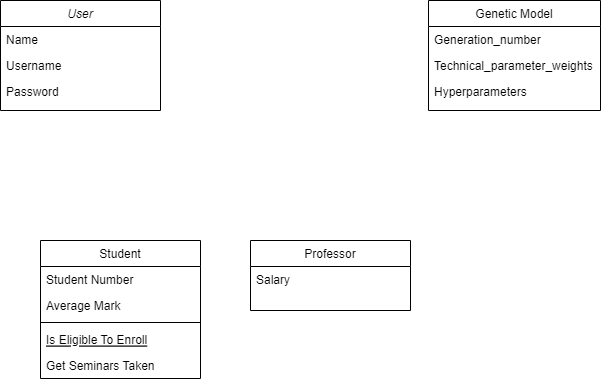
The draw.io diagram class.png in MGShahbazJahan/forex-genetic, before a commit. Source tidied: cells renumbered, new cells last; positions are measured from the earlier drawing's top-left corner, leaving out a move shared by most shapes.
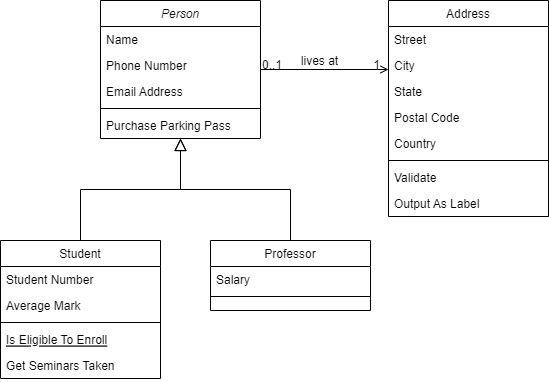
The same diagram one commit later.

What changed in the source:
```diff
@@ -2,18 +2,24 @@
   <root>
     <mxCell id="0" />
     <mxCell id="1" parent="0" />
-    <mxCell id="2" value="User" style="swimlane;fontStyle=2;align=center;verticalAlign=top;horizontal=1;startSize=26;rounded=0;shadow=0;strokeWidth=1;" parent="1" vertex="1">
-      <mxGeometry width="160" height="110" as="geometry" />
+    <mxCell id="2" value="Person" style="swimlane;fontStyle=2;align=center;verticalAlign=top;horizontal=1;startSize=26;rounded=0;shadow=0;strokeWidth=1;" parent="1" vertex="1">
+      <mxGeometry x="140" width="160" height="138" as="geometry" />
     </mxCell>
     <mxCell id="3" value="Name" style="text;align=left;verticalAlign=top;spacingLeft=4;spacingRight=4;overflow=hidden;" parent="2" vertex="1">
       <mxGeometry y="26" width="160" height="26" as="geometry" />
     </mxCell>
-    <mxCell id="4" value="Username" style="text;align=left;verticalAlign=top;spacingLeft=4;spacingRight=4;overflow=hidden;rounded=0;shadow=0;html=0;" parent="2" vertex="1">
+    <mxCell id="4" value="Phone Number" style="text;align=left;verticalAlign=top;spacingLeft=4;spacingRight=4;overflow=hidden;rounded=0;shadow=0;html=0;" parent="2" vertex="1">
       <mxGeometry y="52" width="160" height="26" as="geometry" />
     </mxCell>
-    <mxCell id="5" value="Password" style="text;align=left;verticalAlign=top;spacingLeft=4;spacingRight=4;overflow=hidden;rounded=0;shadow=0;html=0;" parent="2" vertex="1">
+    <mxCell id="5" value="Email Address" style="text;align=left;verticalAlign=top;spacingLeft=4;spacingRight=4;overflow=hidden;rounded=0;shadow=0;html=0;" parent="2" vertex="1">
       <mxGeometry y="78" width="160" height="26" as="geometry" />
     </mxCell>
+    <mxCell id="18" style="line;html=1;strokeWidth=1;align=left;verticalAlign=middle;spacingTop=-1;spacingLeft=3;spacingRight=3;labelPosition=right;" parent="2" vertex="1">
+      <mxGeometry y="104" width="160" height="8" as="geometry" />
+    </mxCell>
+    <mxCell id="19" value="Purchase Parking Pass" style="text;align=left;verticalAlign=top;spacingLeft=4;spacingRight=4;overflow=hidden;" parent="2" vertex="1">
+      <mxGeometry y="112" width="160" height="26" as="geometry" />
+    </mxCell>
     <mxCell id="6" value="Student" style="swimlane;fontStyle=0;align=center;verticalAlign=top;horizontal=1;startSize=26;rounded=0;shadow=0;strokeWidth=1;" parent="1" vertex="1">
       <mxGeometry x="40" y="240" width="160" height="138" as="geometry" />
     </mxCell>
@@ -32,23 +38,67 @@
     <mxCell id="11" value="Get Seminars Taken" style="text;align=left;verticalAlign=top;spacingLeft=4;spacingRight=4;overflow=hidden;" parent="6" vertex="1">
       <mxGeometry y="112" width="160" height="26" as="geometry" />
     </mxCell>
+    <mxCell id="20" style="endArrow=block;endSize=10;endFill=0;shadow=0;strokeWidth=1;rounded=0;edgeStyle=elbowEdgeStyle;elbow=vertical;" parent="1" edge="1" source="6" target="2">
+      <mxGeometry relative="1" as="geometry" />
+    </mxCell>
     <mxCell id="12" value="Professor" style="swimlane;fontStyle=0;align=center;verticalAlign=top;horizontal=1;startSize=26;rounded=0;shadow=0;strokeWidth=1;" parent="1" vertex="1">
       <mxGeometry x="250" y="240" width="160" height="70" as="geometry" />
     </mxCell>
     <mxCell id="13" value="Salary" style="text;align=left;verticalAlign=top;spacingLeft=4;spacingRight=4;overflow=hidden;" parent="12" vertex="1">
       <mxGeometry y="26" width="160" height="26" as="geometry" />
     </mxCell>
+    <mxCell id="21" style="line;html=1;strokeWidth=1;align=left;verticalAlign=middle;spacingTop=-1;spacingLeft=3;spacingRight=3;labelPosition=right;" parent="12" vertex="1">
+      <mxGeometry y="52" width="160" height="8" as="geometry" />
+    </mxCell>
+    <mxCell id="22" style="endArrow=block;endSize=10;endFill=0;shadow=0;strokeWidth=1;rounded=0;edgeStyle=elbowEdgeStyle;elbow=vertical;" parent="1" edge="1" source="12" target="2">
+      <mxGeometry relative="1" as="geometry" />
+    </mxCell>
-    <mxCell id="14" value="Genetic Model" style="swimlane;fontStyle=0;align=center;verticalAlign=top;horizontal=1;startSize=26;rounded=0;shadow=0;strokeWidth=1;" parent="1" vertex="1">
-      <mxGeometry x="428" width="172" height="110" as="geometry" />
+    <mxCell id="14" value="Address" style="swimlane;fontStyle=0;align=center;verticalAlign=top;horizontal=1;startSize=26;rounded=0;shadow=0;strokeWidth=1;" parent="1" vertex="1">
+      <mxGeometry x="428" width="160" height="216" as="geometry" />
     </mxCell>
-    <mxCell id="15" value="Generation_number" style="text;align=left;verticalAlign=top;spacingLeft=4;spacingRight=4;overflow=hidden;" parent="14" vertex="1">
-      <mxGeometry y="26" width="172" height="26" as="geometry" />
+    <mxCell id="15" value="Street" style="text;align=left;verticalAlign=top;spacingLeft=4;spacingRight=4;overflow=hidden;" parent="14" vertex="1">
+      <mxGeometry y="26" width="160" height="26" as="geometry" />
     </mxCell>
-    <mxCell id="16" value="Technical_parameter_weights" style="text;align=left;verticalAlign=top;spacingLeft=4;spacingRight=4;overflow=hidden;rounded=0;shadow=0;html=0;" parent="14" vertex="1">
-      <mxGeometry y="52" width="172" height="26" as="geometry" />
+    <mxCell id="16" value="City" style="text;align=left;verticalAlign=top;spacingLeft=4;spacingRight=4;overflow=hidden;rounded=0;shadow=0;html=0;" parent="14" vertex="1">
+      <mxGeometry y="52" width="160" height="26" as="geometry" />
     </mxCell>
-    <mxCell id="17" value="Hyperparameters" style="text;align=left;verticalAlign=top;spacingLeft=4;spacingRight=4;overflow=hidden;rounded=0;shadow=0;html=0;" parent="14" vertex="1">
-      <mxGeometry y="78" width="172" height="26" as="geometry" />
+    <mxCell id="17" value="State" style="text;align=left;verticalAlign=top;spacingLeft=4;spacingRight=4;overflow=hidden;rounded=0;shadow=0;html=0;" parent="14" vertex="1">
+      <mxGeometry y="78" width="160" height="26" as="geometry" />
     </mxCell>
+    <mxCell id="23" value="Postal Code" style="text;align=left;verticalAlign=top;spacingLeft=4;spacingRight=4;overflow=hidden;rounded=0;shadow=0;html=0;" parent="14" vertex="1">
+      <mxGeometry y="104" width="160" height="26" as="geometry" />
+    </mxCell>
+    <mxCell id="24" value="Country" style="text;align=left;verticalAlign=top;spacingLeft=4;spacingRight=4;overflow=hidden;rounded=0;shadow=0;html=0;" parent="14" vertex="1">
+      <mxGeometry y="130" width="160" height="26" as="geometry" />
+    </mxCell>
+    <mxCell id="25" style="line;html=1;strokeWidth=1;align=left;verticalAlign=middle;spacingTop=-1;spacingLeft=3;spacingRight=3;labelPosition=right;" parent="14" vertex="1">
+      <mxGeometry y="156" width="160" height="8" as="geometry" />
+    </mxCell>
+    <mxCell id="26" value="Validate" style="text;align=left;verticalAlign=top;spacingLeft=4;spacingRight=4;overflow=hidden;" parent="14" vertex="1">
+      <mxGeometry y="164" width="160" height="26" as="geometry" />
+    </mxCell>
+    <mxCell id="27" value="Output As Label" style="text;align=left;verticalAlign=top;spacingLeft=4;spacingRight=4;overflow=hidden;" parent="14" vertex="1">
+      <mxGeometry y="190" width="160" height="26" as="geometry" />
+    </mxCell>
+    <mxCell id="28" style="endArrow=open;shadow=0;strokeWidth=1;rounded=0;endFill=1;edgeStyle=elbowEdgeStyle;elbow=vertical;" parent="1" edge="1" source="2" target="14">
+      <mxGeometry x="0.5" y="41" relative="1" as="geometry">
+        <mxPoint x="-40" y="32" as="offset" />
+      </mxGeometry>
+    </mxCell>
+    <mxCell id="29" value="0..1" style="align=left;verticalAlign=bottom;labelBackgroundColor=none;fontSize=12;" parent="28" vertex="1">
+      <mxGeometry x="-1" relative="1" as="geometry">
+        <mxPoint y="4" as="offset" />
+      </mxGeometry>
+    </mxCell>
+    <mxCell id="30" value="1" style="align=right;verticalAlign=bottom;labelBackgroundColor=none;fontSize=12;" parent="28" vertex="1">
+      <mxGeometry x="1" relative="1" as="geometry">
+        <mxPoint x="-7" y="4" as="offset" />
+      </mxGeometry>
+    </mxCell>
+    <mxCell id="31" value="lives at" style="text;html=1;align=center;verticalAlign=middle;labelBackgroundColor=none;rounded=0;shadow=0;strokeWidth=1;fontSize=12;" parent="28" vertex="1">
+      <mxGeometry x="0.5" y="49" relative="1" as="geometry">
+        <mxPoint x="-38" y="40" as="offset" />
+      </mxGeometry>
+    </mxCell>
   </root>
 </mxGraphModel>
```
